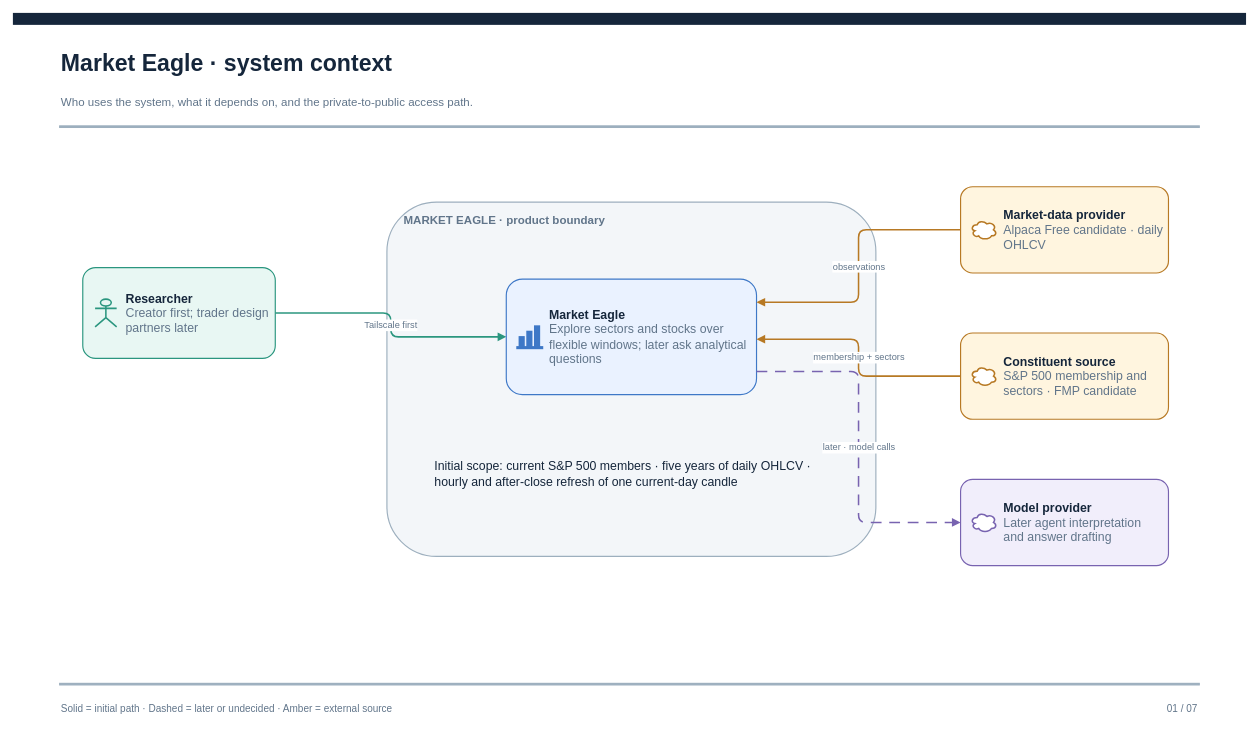
maorts14/market-eagle keeps this draw.io diagram as page "01 · Context" (1 of 7) of knowledge-base/diagrams/market-eagle-architecture.drawio. Above is the earlier version. Source tidied: cells renumbered, new cells numbered last; positions are measured from the earlier drawing's top-left corner, leaving out a move shared by most shapes. Both pictures are drawn from the tidied source at 77%, with x=0, y=0 at pixel (13, 13).
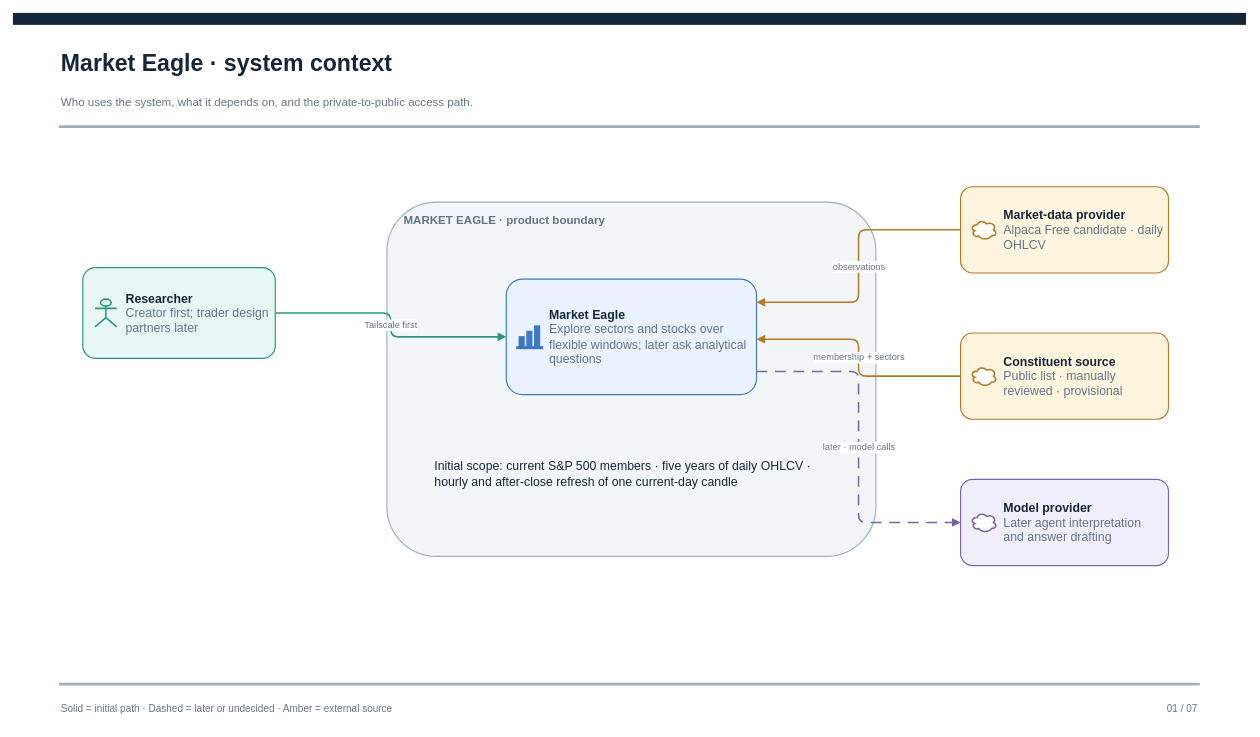
The same diagram, later.

The edit, as a diff of the source:
```diff
@@
-    <mxCell id="22" value="&lt;b&gt;Constituent source&lt;/b&gt;&lt;br&gt;&lt;font color='#61758A'&gt;S&amp;amp;P 500 membership and sectors · FMP candidate&lt;/font&gt;" style="text;html=1;whiteSpace=wrap;strokeColor=none;fillColor=none;fontFamily=Arial;fontSize=16;fontColor=#15263B;align=left;verticalAlign=middle;spacing=0;" parent="1" vertex="1">
+    <mxCell id="22" value="&lt;b&gt;Constituent source&lt;/b&gt;&lt;br&gt;&lt;font color='#61758A'&gt;Public list · manually reviewed · provisional&lt;/font&gt;" style="text;html=1;whiteSpace=wrap;strokeColor=none;fillColor=none;fontFamily=Arial;fontSize=16;fontColor=#15263B;align=left;verticalAlign=middle;spacing=0;" parent="1" vertex="1">
       <mxGeometry x="1286" y="421" width="206" height="100" as="geometry" />
     </mxCell>
```
